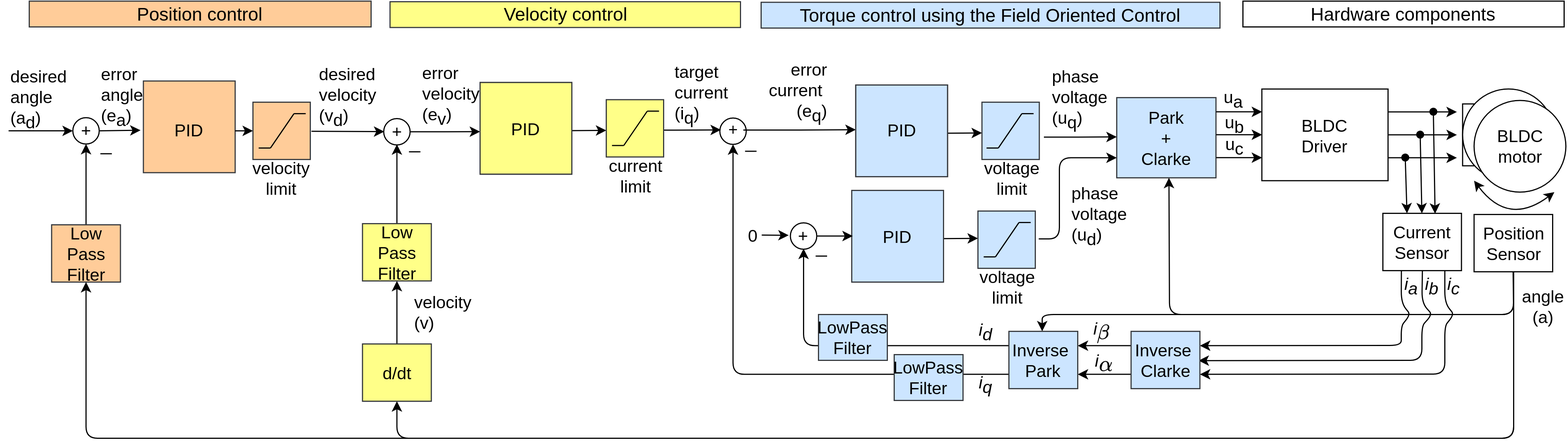
This is paper/control.png from wocpsu/Arduino-FOC, a draw.io export, as it was before one commit. Source tidied: cells renumbered, new cells last; positions are measured from the earlier drawing's top-left corner, leaving out a move shared by most shapes.
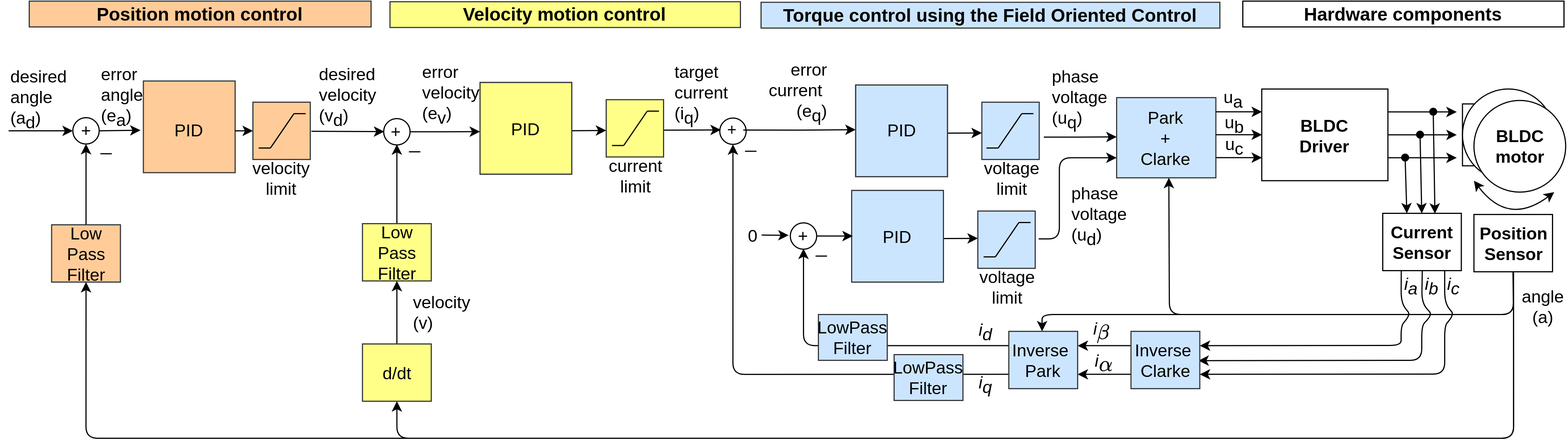
Above is the later version.

Commit message:
typos + read test

Change to the diagram source:
```diff
@@ -23,7 +23,7 @@
         <mxPoint x="1262.5" y="137.2" as="targetPoint" />
       </mxGeometry>
     </mxCell>
-    <mxCell id="7" style="rounded=0;whiteSpace=wrap;html=1;fontStyle=0;fontSize=15;fontFamily=Helvetica;" parent="1" vertex="1">
+    <mxCell id="7" style="rounded=0;whiteSpace=wrap;html=1;fontStyle=1;fontSize=15;fontFamily=Helvetica;" parent="1" vertex="1">
       <mxGeometry x="1092.5" y="77.2" width="110" height="80" as="geometry" />
     </mxCell>
     <mxCell id="8" style="ellipse;whiteSpace=wrap;html=1;fontStyle=0;fontSize=15;fontFamily=Helvetica;" parent="1" vertex="1">
@@ -44,7 +44,7 @@
         </Array>
       </mxGeometry>
     </mxCell>
-    <mxCell id="12" value="BLDC motor" style="text;html=1;strokeColor=none;fillColor=none;align=center;verticalAlign=middle;whiteSpace=wrap;rounded=0;fontStyle=0;fontSize=15;fontFamily=Helvetica;" parent="1" vertex="1">
+    <mxCell id="12" value="BLDC motor" style="text;html=1;strokeColor=none;fillColor=none;align=center;verticalAlign=middle;whiteSpace=wrap;rounded=0;fontStyle=1;fontSize=15;fontFamily=Helvetica;" parent="1" vertex="1">
       <mxGeometry x="1297.5" y="109.7" width="40" height="35" as="geometry" />
     </mxCell>
     <mxCell id="13" style="edgeStyle=orthogonalEdgeStyle;orthogonalLoop=1;jettySize=auto;html=1;exitX=1;exitY=0.25;exitDx=0;exitDy=0;rounded=1;fontStyle=0;fontSize=15;fontFamily=Helvetica;" parent="1" edge="1">
@@ -96,12 +96,12 @@
         </Array>
       </mxGeometry>
     </mxCell>
-    <mxCell id="22" value="&lt;font style=&quot;font-size: 15px;&quot;&gt;BLDC Driver&lt;/font&gt;" style="text;html=1;strokeColor=none;fillColor=none;align=center;verticalAlign=middle;whiteSpace=wrap;rounded=0;fontStyle=0;fontSize=15;fontFamily=Helvetica;" parent="1" vertex="1">
+    <mxCell id="22" value="&lt;font style=&quot;font-size: 15px;&quot;&gt;BLDC Driver&lt;/font&gt;" style="text;html=1;strokeColor=none;fillColor=none;align=center;verticalAlign=middle;whiteSpace=wrap;rounded=0;fontStyle=1;fontSize=15;fontFamily=Helvetica;" parent="1" vertex="1">
       <mxGeometry x="1120" y="99.7" width="55" height="37.5" as="geometry" />
     </mxCell>
     <mxCell id="23" style="endArrow=classic;html=1;startArrow=none;startFill=0;entryX=1;entryY=0.25;entryDx=0;entryDy=0;fontStyle=0;fontSize=15;fontFamily=Helvetica;exitX=0.148;exitY=0.997;exitDx=0;exitDy=0;exitPerimeter=0;" parent="1" edge="1" target="28">
       <mxGeometry relative="1" as="geometry">
-        <mxPoint x="1214.1" y="235.6" as="sourcePoint" />
+        <mxPoint x="1214.1" y="235.5" as="sourcePoint" />
         <Array as="points">
           <mxPoint x="1214" y="264" />
           <mxPoint x="1222" y="274" />
@@ -517,7 +517,7 @@
     <mxCell id="118" value="&lt;span style=&quot;white-space: normal; font-size: 15px;&quot;&gt;error&lt;br style=&quot;font-size: 15px;&quot;&gt;current&amp;nbsp;&lt;br style=&quot;font-size: 15px;&quot;&gt;(e&lt;sub style=&quot;font-size: 15px;&quot;&gt;q&lt;/sub&gt;)&lt;/span&gt;" style="text;html=1;align=right;verticalAlign=top;spacingTop=-4;fontSize=15;" parent="1" vertex="1">
       <mxGeometry x="645" y="48.7" width="70" height="60" as="geometry" />
     </mxCell>
-    <mxCell id="119" value="Position Sensor" style="rounded=0;whiteSpace=wrap;html=1;fontStyle=0;fontSize=15;fontFamily=Helvetica;" parent="1" vertex="1">
+    <mxCell id="119" value="Position Sensor" style="rounded=0;whiteSpace=wrap;html=1;fontStyle=1;fontSize=15;fontFamily=Helvetica;" parent="1" vertex="1">
       <mxGeometry x="1277.5" y="186.7" width="68.5" height="50" as="geometry" />
     </mxCell>
     <mxCell id="120" style="endArrow=classic;html=1;startArrow=none;startFill=0;fontStyle=0;fontSize=15;fontFamily=Helvetica;exitX=0.73;exitY=0.999;exitDx=0;exitDy=0;exitPerimeter=0;entryX=1;entryY=0.75;entryDx=0;entryDy=0;" parent="1" edge="1" target="28">
@@ -531,7 +531,7 @@
         </Array>
       </mxGeometry>
     </mxCell>
-    <mxCell id="121" value="Current Sensor" style="rounded=0;whiteSpace=wrap;html=1;fontStyle=0;fontSize=15;fontFamily=Helvetica;" parent="1" vertex="1">
+    <mxCell id="121" value="Current Sensor" style="rounded=0;whiteSpace=wrap;html=1;fontStyle=1;fontSize=15;fontFamily=Helvetica;" parent="1" vertex="1">
       <mxGeometry x="1198" y="185.7" width="68.5" height="50" as="geometry" />
     </mxCell>
     <mxCell id="122" value="&lt;i style=&quot;font-size: 15px;&quot;&gt;i&lt;sub style=&quot;font-size: 15px;&quot;&gt;c&lt;/sub&gt;&lt;/i&gt;" style="text;html=1;strokeColor=none;fillColor=none;align=center;verticalAlign=middle;whiteSpace=wrap;rounded=0;fontStyle=0;fontSize=15;fontFamily=Helvetica;" parent="1" vertex="1">
@@ -555,16 +555,16 @@
         <mxPoint x="1219" y="185.7" as="targetPoint" />
       </mxGeometry>
     </mxCell>
-    <mxCell id="126" value="&lt;span style=&quot;font-size: 16px;&quot;&gt;Hardware components&lt;/span&gt;" style="rounded=0;whiteSpace=wrap;html=1;fontSize=16;fillColor=default;fontStyle=0;" parent="1" vertex="1">
+    <mxCell id="126" value="&lt;span style=&quot;font-size: 16px;&quot;&gt;Hardware components&lt;/span&gt;" style="rounded=0;whiteSpace=wrap;html=1;fontSize=16;fillColor=default;fontStyle=1;" parent="1" vertex="1">
       <mxGeometry x="1076" y="0.5" width="280" height="22.5" as="geometry" />
     </mxCell>
-    <mxCell id="127" value="&lt;span style=&quot;font-size: 16px;&quot;&gt;Torque control using the Field Oriented Control&lt;/span&gt;" style="rounded=0;whiteSpace=wrap;html=1;fontSize=16;fillColor=#cce5ff;strokeColor=#36393d;fontStyle=0;" parent="1" vertex="1">
+    <mxCell id="127" value="&lt;span style=&quot;font-size: 16px;&quot;&gt;Torque control using the Field Oriented Control&lt;/span&gt;" style="rounded=0;whiteSpace=wrap;html=1;fontSize=16;fillColor=#cce5ff;strokeColor=#36393d;fontStyle=1;" parent="1" vertex="1">
       <mxGeometry x="656" y="1.5" width="400" height="22.5" as="geometry" />
     </mxCell>
-    <mxCell id="128" value="&lt;span style=&quot;font-size: 16px;&quot;&gt;Velocity control&lt;/span&gt;" style="rounded=0;whiteSpace=wrap;html=1;fontSize=16;fillColor=#ffff88;strokeColor=#36393d;fontStyle=0;" parent="1" vertex="1">
+    <mxCell id="128" value="&lt;span style=&quot;font-size: 16px&quot;&gt;Velocity motion control&lt;/span&gt;" style="rounded=0;whiteSpace=wrap;html=1;fontSize=16;fillColor=#ffff88;strokeColor=#36393d;fontStyle=1;" parent="1" vertex="1">
       <mxGeometry x="332.5" y="1" width="305.5" height="22.5" as="geometry" />
     </mxCell>
-    <mxCell id="129" value="&lt;span style=&quot;font-size: 16px;&quot;&gt;Position control&lt;/span&gt;" style="rounded=0;whiteSpace=wrap;html=1;fontSize=16;fillColor=#ffcc99;strokeColor=#36393d;fontStyle=0;" parent="1" vertex="1">
+    <mxCell id="129" value="&lt;span style=&quot;font-size: 16px&quot;&gt;Position motion control&lt;/span&gt;" style="rounded=0;whiteSpace=wrap;html=1;fontSize=16;fillColor=#ffcc99;strokeColor=#36393d;fontStyle=1;" parent="1" vertex="1">
       <mxGeometry x="18" y="0.5" width="298" height="22.5" as="geometry" />
     </mxCell>
   </root>
```
